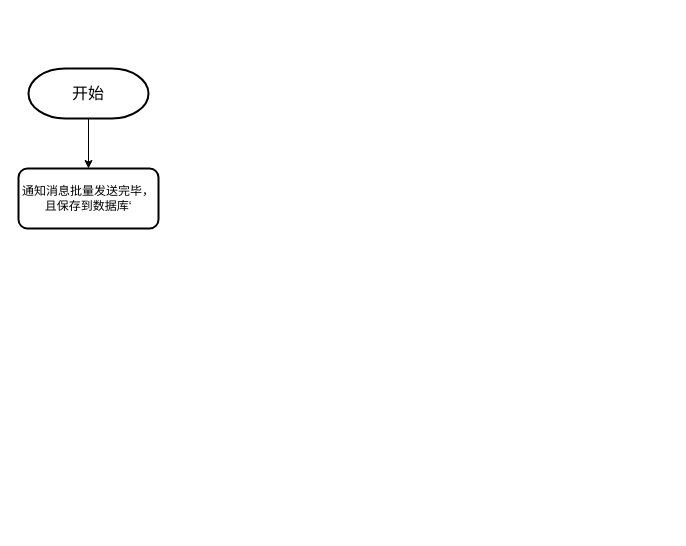
Earlier version of the draw.io diagram 明细创建时间最值.drawio (DongRuihua/draw). Source tidied: cells renumbered, new cells numbered last; positions are measured from the earlier drawing's top-left corner, leaving out a move shared by most shapes. Both pictures are drawn from the tidied source at 100%, with x=0, y=0 at pixel (18, 68).
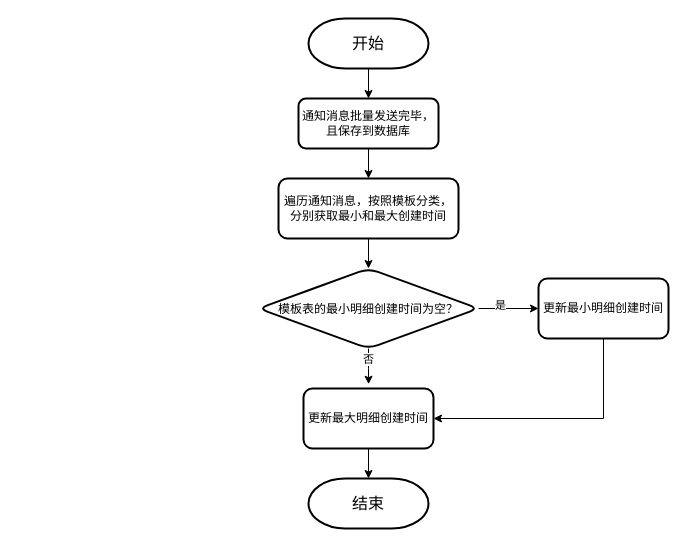
The same page after the edit.

Commit message:
更新明细创建时间最值.drawio

The edit, as a diff of the source:
```diff
@@
 <mxGraphModel>
   <root>
     <mxCell id="0" />
     <mxCell id="1" parent="0" />
     <mxCell id="2" style="edgeStyle=orthogonalEdgeStyle;rounded=0;jettySize=auto;html=1;" parent="1" edge="1" source="3" target="4">
       <mxGeometry relative="1" as="geometry" />
     </mxCell>
     <mxCell id="3" value="&lt;font style=&quot;font-size: 16px;&quot;&gt;开始&lt;/font&gt;" style="strokeWidth=2;html=1;shape=mxgraph.flowchart.terminator;whiteSpace=wrap;" parent="1" vertex="1">
-      <mxGeometry x="10" width="120" height="50" as="geometry" />
+      <mxGeometry x="290" y="-50" width="120" height="50" as="geometry" />
     </mxCell>
+    <mxCell id="5" style="edgeStyle=orthogonalEdgeStyle;rounded=0;jettySize=auto;html=1;" parent="1" edge="1" source="4" target="7">
+      <mxGeometry relative="1" as="geometry" />
+    </mxCell>
-    <mxCell id="4" value="通知消息批量发送完毕，且保存到数据库‘" style="rounded=1;whiteSpace=wrap;html=1;strokeWidth=2;" parent="1" vertex="1">
-      <mxGeometry y="100" width="140" height="60" as="geometry" />
+    <mxCell id="4" value="通知消息批量发送完毕，且保存到数据库" style="rounded=1;whiteSpace=wrap;html=1;strokeWidth=2;" parent="1" vertex="1">
+      <mxGeometry x="280" y="30" width="140" height="50" as="geometry" />
     </mxCell>
+    <mxCell id="6" style="edgeStyle=orthogonalEdgeStyle;rounded=0;jettySize=auto;html=1;" parent="1" edge="1" source="7" target="12">
+      <mxGeometry relative="1" as="geometry" />
+    </mxCell>
+    <mxCell id="7" value="遍历通知消息，按照模板分类，分别获取最小和最大创建时间" style="rounded=1;whiteSpace=wrap;html=1;strokeWidth=2;" parent="1" vertex="1">
+      <mxGeometry x="260" y="110" width="180" height="60" as="geometry" />
+    </mxCell>
+    <mxCell id="8" style="edgeStyle=orthogonalEdgeStyle;rounded=0;jettySize=auto;html=1;entryX=0.501;entryY=-0.072;entryDx=0;entryDy=0;entryPerimeter=0;" parent="1" edge="1" source="12">
+      <mxGeometry relative="1" as="geometry">
+        <mxPoint x="350.1" y="315.7" as="targetPoint" />
+      </mxGeometry>
+    </mxCell>
+    <mxCell id="9" value="否" style="edgeLabel;html=1;align=center;verticalAlign=middle;" parent="8" vertex="1">
+      <mxGeometry x="-0.43" y="-1" relative="1" as="geometry" />
+    </mxCell>
+    <mxCell id="10" style="edgeStyle=orthogonalEdgeStyle;rounded=0;jettySize=auto;html=1;" parent="1" edge="1" source="12" target="14">
+      <mxGeometry relative="1" as="geometry" />
+    </mxCell>
+    <mxCell id="11" value="是" style="edgeLabel;html=1;align=center;verticalAlign=middle;" parent="10" vertex="1">
+      <mxGeometry x="-0.29" y="4" relative="1" as="geometry" />
+    </mxCell>
+    <mxCell id="12" value="&lt;span&gt;&lt;div style=&quot;line-height: 100%;&quot; class=&quot;ql-code-block ql-direction-ltr ql-long-10000278545 ql-authorBlock-10000278545 ql-word-wrap-true&quot;&gt;&lt;span style=&quot;background-color: transparent; color: light-dark(rgb(0, 0, 0), rgb(255, 255, 255));&quot;&gt;模板表&lt;/span&gt;的最小明细创建时间为空？&lt;/div&gt;&lt;/span&gt;" style="rhombus;whiteSpace=wrap;html=1;rounded=1;strokeWidth=2;" parent="1" vertex="1">
+      <mxGeometry x="240" y="200" width="220" height="80" as="geometry" />
+    </mxCell>
+    <mxCell id="13" style="edgeStyle=orthogonalEdgeStyle;rounded=0;jettySize=auto;html=1;" parent="1" edge="1" source="14" target="17">
+      <mxGeometry relative="1" as="geometry">
+        <Array as="points">
+          <mxPoint x="585" y="350" />
+        </Array>
+      </mxGeometry>
+    </mxCell>
+    <mxCell id="14" value="更新最小明细创建时间" style="rounded=1;whiteSpace=wrap;html=1;strokeWidth=2;" parent="1" vertex="1">
+      <mxGeometry x="520" y="210" width="130" height="60" as="geometry" />
+    </mxCell>
+    <mxCell id="15" value="&lt;font style=&quot;font-size: 16px;&quot;&gt;结束&lt;/font&gt;" style="strokeWidth=2;html=1;shape=mxgraph.flowchart.terminator;whiteSpace=wrap;" parent="1" vertex="1">
+      <mxGeometry x="290" y="410" width="120" height="50" as="geometry" />
+    </mxCell>
+    <mxCell id="16" style="edgeStyle=orthogonalEdgeStyle;rounded=0;jettySize=auto;html=1;" parent="1" edge="1" source="17" target="15">
+      <mxGeometry relative="1" as="geometry" />
+    </mxCell>
+    <mxCell id="17" value="更新最大明细创建时间" style="rounded=1;whiteSpace=wrap;html=1;strokeWidth=2;" parent="1" vertex="1">
+      <mxGeometry x="285" y="320" width="130" height="60" as="geometry" />
+    </mxCell>
   </root>
 </mxGraphModel>
```
